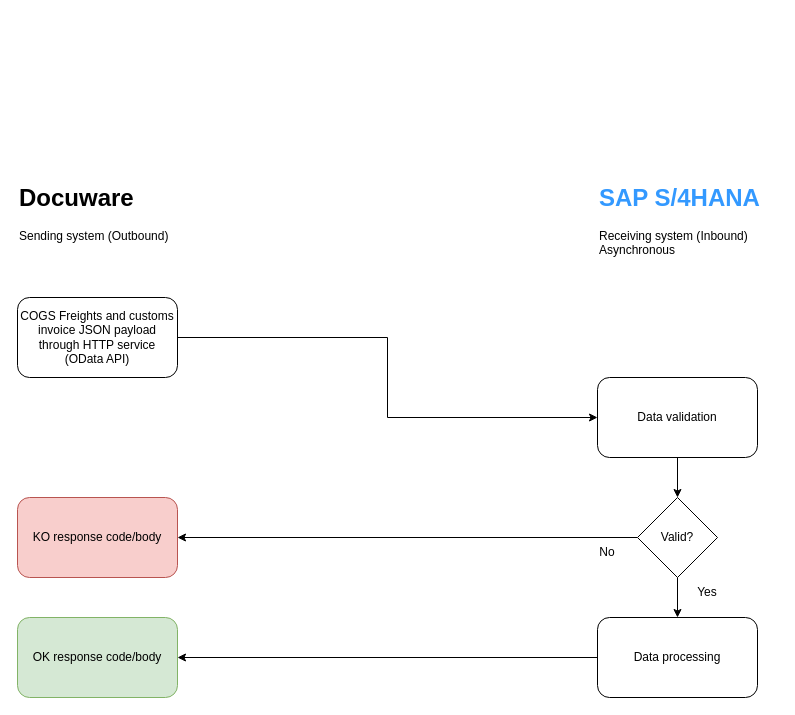
Earlier version of the draw.io diagram Docuware COGS and Freights INT25002.drawio (DergaFicarraAndrea/Diagrams). Source tidied: cells renumbered, new cells numbered last; positions are measured from the earlier drawing's top-left corner, leaving out a move shared by most shapes. Both pictures are drawn from the tidied source at 100%, with x=0, y=0 at pixel (17, 177).
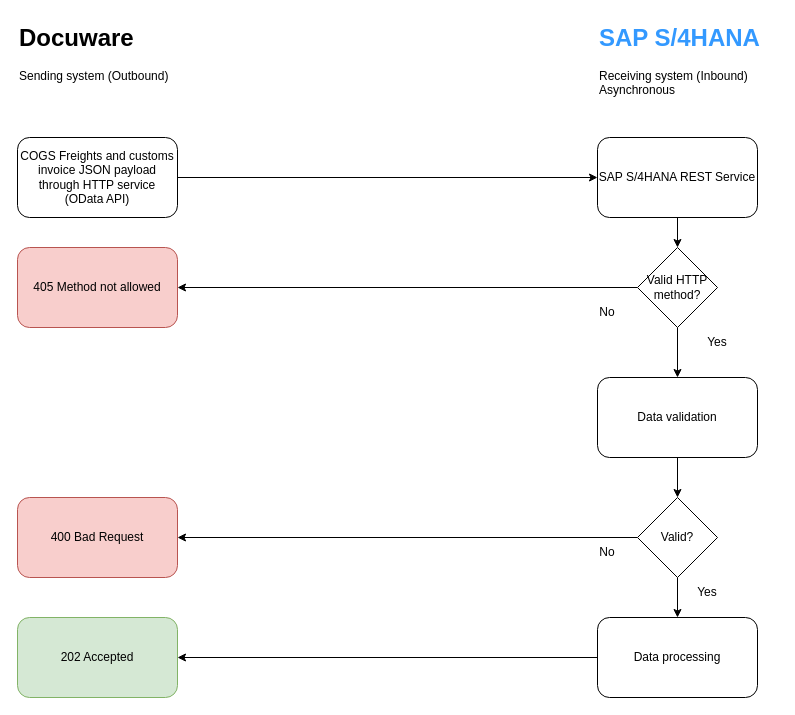
The same page after the edit.

Unchanged cells that the change refers to:
```xml
<mxCell id="7" value="Data validation" style="rounded=1;whiteSpace=wrap;html=1;" parent="1" vertex="1">
  <mxGeometry x="580" y="200" width="160" height="80" as="geometry" />
</mxCell>
```

Change to the diagram source:
```diff
@@
     <mxCell id="2" value="&lt;h1 style=&quot;margin-top: 0px;&quot;&gt;Docuware&lt;/h1&gt;&lt;div&gt;Sending system (Outbound)&lt;/div&gt;" style="text;html=1;whiteSpace=wrap;overflow=hidden;rounded=0;" parent="1" vertex="1">
-      <mxGeometry width="180" height="70" as="geometry" />
+      <mxGeometry y="-160" width="180" height="70" as="geometry" />
     </mxCell>
     <mxCell id="3" value="&lt;h1 style=&quot;margin-top: 0px;&quot;&gt;&lt;font style=&quot;color: rgb(51, 153, 255);&quot;&gt;SAP S/4HANA&lt;/font&gt;&lt;/h1&gt;&lt;div&gt;Receiving system (&lt;span style=&quot;background-color: transparent; color: light-dark(rgb(0, 0, 0), rgb(255, 255, 255));&quot;&gt;Inbound)&lt;/span&gt;&lt;/div&gt;&lt;div&gt;Asynchronous&lt;/div&gt;" style="text;html=1;whiteSpace=wrap;overflow=hidden;rounded=0;" parent="1" vertex="1">
-      <mxGeometry x="580" width="180" height="80" as="geometry" />
+      <mxGeometry x="580" y="-160" width="180" height="80" as="geometry" />
     </mxCell>
-    <mxCell id="4" style="edgeStyle=orthogonalEdgeStyle;rounded=0;jettySize=auto;html=1;" parent="1" edge="1" source="5" target="7">
-      <mxGeometry relative="1" as="geometry" />
-    </mxCell>
+    <mxCell id="17" style="edgeStyle=orthogonalEdgeStyle;rounded=0;jettySize=auto;html=1;" parent="1" edge="1" source="5" target="19">
+      <mxGeometry relative="1" as="geometry" />
+    </mxCell>
     <mxCell id="5" value="COGS Freights and customs invoice JSON payload through HTTP service (OData API)" style="rounded=1;whiteSpace=wrap;html=1;" parent="1" vertex="1">
-      <mxGeometry y="120" width="160" height="80" as="geometry" />
+      <mxGeometry y="-40" width="160" height="80" as="geometry" />
     </mxCell>
@@
-    <mxCell id="11" value="KO response code/body" style="rounded=1;whiteSpace=wrap;html=1;fillColor=#f8cecc;strokeColor=#b85450;" parent="1" vertex="1">
+    <mxCell id="11" value="400 Bad Request" style="rounded=1;whiteSpace=wrap;html=1;fillColor=#f8cecc;strokeColor=#b85450;" parent="1" vertex="1">
       <mxGeometry y="320" width="160" height="80" as="geometry" />
     </mxCell>
@@
-    <mxCell id="16" value="OK response code/body" style="rounded=1;whiteSpace=wrap;html=1;fillColor=#d5e8d4;strokeColor=#82b366;" parent="1" vertex="1">
+    <mxCell id="16" value="202 Accepted" style="rounded=1;whiteSpace=wrap;html=1;fillColor=#d5e8d4;strokeColor=#82b366;" parent="1" vertex="1">
       <mxGeometry y="440" width="160" height="80" as="geometry" />
     </mxCell>
+    <mxCell id="18" style="edgeStyle=orthogonalEdgeStyle;rounded=0;jettySize=auto;html=1;" parent="1" edge="1" source="19" target="22">
+      <mxGeometry relative="1" as="geometry" />
+    </mxCell>
+    <mxCell id="19" value="SAP S/4HANA REST Service" style="rounded=1;whiteSpace=wrap;html=1;" parent="1" vertex="1">
+      <mxGeometry x="580" y="-40" width="160" height="80" as="geometry" />
+    </mxCell>
+    <mxCell id="20" style="edgeStyle=orthogonalEdgeStyle;rounded=0;jettySize=auto;html=1;entryX=1;entryY=0.5;entryDx=0;entryDy=0;" parent="1" edge="1" source="22" target="25">
+      <mxGeometry relative="1" as="geometry" />
+    </mxCell>
+    <mxCell id="21" style="edgeStyle=orthogonalEdgeStyle;rounded=0;jettySize=auto;html=1;entryX=0.5;entryY=0;entryDx=0;entryDy=0;" parent="1" edge="1" source="22" target="7">
+      <mxGeometry relative="1" as="geometry" />
+    </mxCell>
+    <mxCell id="22" value="Valid HTTP method?" style="rhombus;whiteSpace=wrap;html=1;" parent="1" vertex="1">
+      <mxGeometry x="620" y="70" width="80" height="80" as="geometry" />
+    </mxCell>
+    <mxCell id="23" value="Yes" style="text;html=1;whiteSpace=wrap;strokeColor=none;fillColor=none;align=center;verticalAlign=middle;rounded=0;" parent="1" vertex="1">
+      <mxGeometry x="670" y="150" width="60" height="30" as="geometry" />
+    </mxCell>
+    <mxCell id="24" value="No" style="text;html=1;whiteSpace=wrap;strokeColor=none;fillColor=none;align=center;verticalAlign=middle;rounded=0;" parent="1" vertex="1">
+      <mxGeometry x="560" y="120" width="60" height="30" as="geometry" />
+    </mxCell>
+    <mxCell id="25" value="405 Method not allowed" style="rounded=1;whiteSpace=wrap;html=1;fillColor=#f8cecc;strokeColor=#b85450;" parent="1" vertex="1">
+      <mxGeometry y="70" width="160" height="80" as="geometry" />
+    </mxCell>
```
